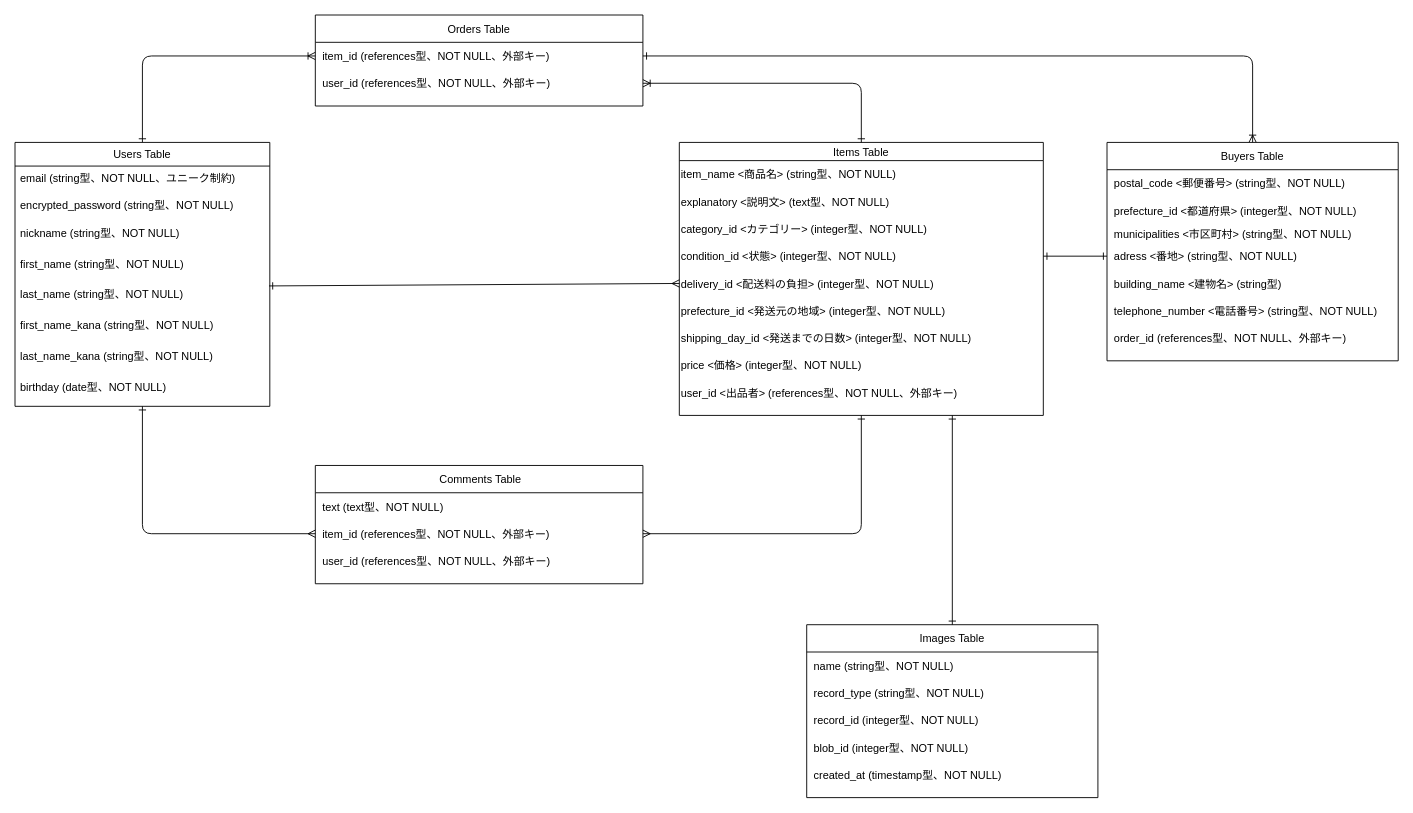
Earlier version of the draw.io diagram er.dio (Missi2/furima-37375). Source tidied: cells renumbered, new cells numbered last; positions are measured from the earlier drawing's top-left corner, leaving out a move shared by most shapes. Both pictures are drawn from the tidied source at 91%, with x=0, y=0 at pixel (15, 15).
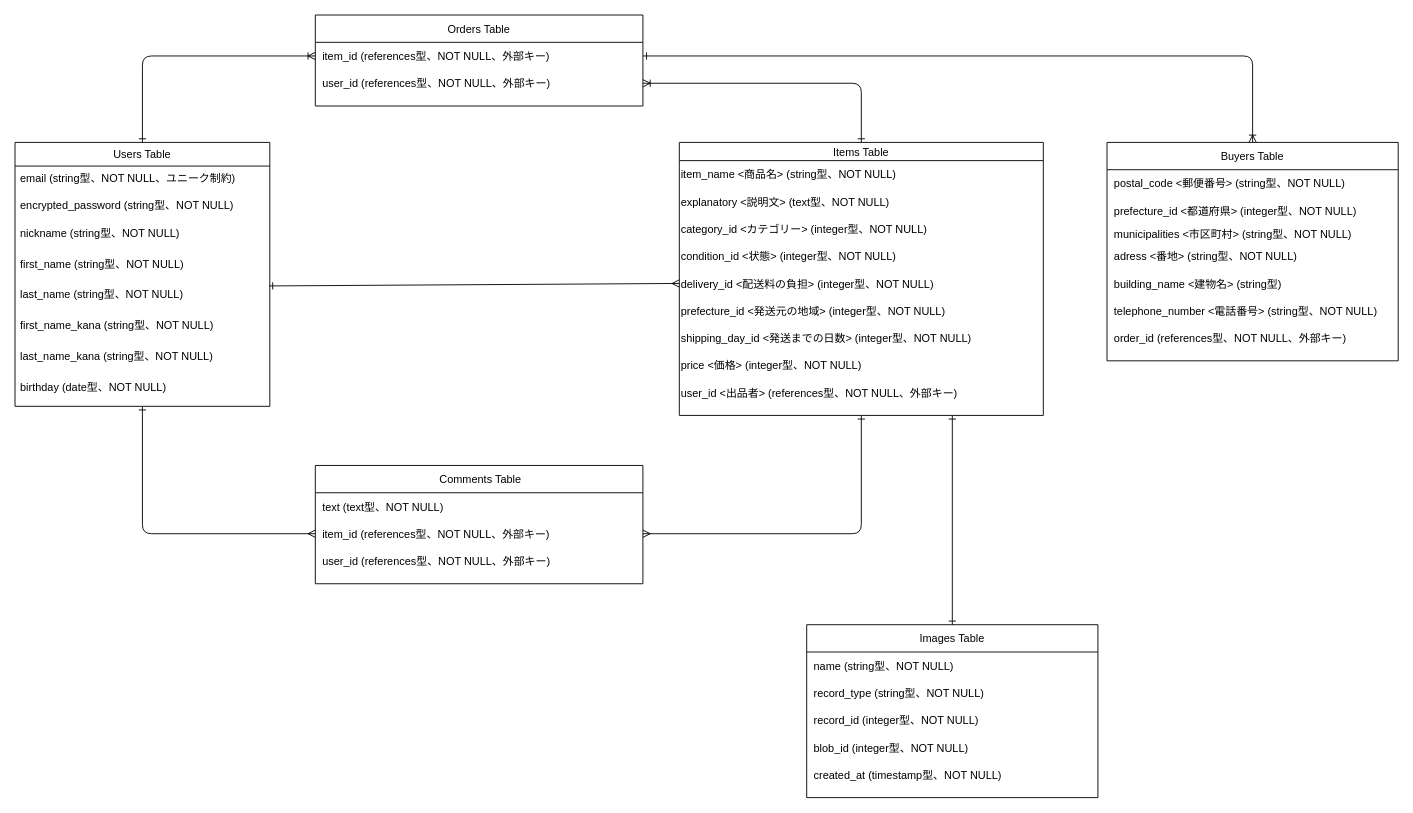
The same diagram, later.

Unchanged cells that the change refers to:
```xml
<mxCell id="23" style="shape=partialRectangle;fillColor=none;top=0;left=0;bottom=0;right=0;points=[[0,0.5],[1,0.5]];portConstraint=eastwest;" parent="16" vertex="1">
  <mxGeometry y="110" width="400" height="30" as="geometry" />
</mxCell>
<mxCell id="50" style="shape=partialRectangle;fillColor=none;top=0;left=0;bottom=0;right=0;points=[[0,0.5],[1,0.5]];portConstraint=eastwest;fontSize=12;" parent="43" vertex="1">
  <mxGeometry y="110" width="320" height="30" as="geometry" />
</mxCell>
```

The edit, as a diff of the source:
```diff
@@
-    <mxCell id="15" style="edgeStyle=none;html=1;entryX=0;entryY=0.5;entryDx=0;entryDy=0;endArrow=ERone;endFill=0;startArrow=ERone;startFill=0;exitX=1;exitY=0.5;exitDx=0;exitDy=0;" parent="1" edge="1" source="23" target="50">
-      <mxGeometry relative="1" as="geometry" />
-    </mxCell>
```
